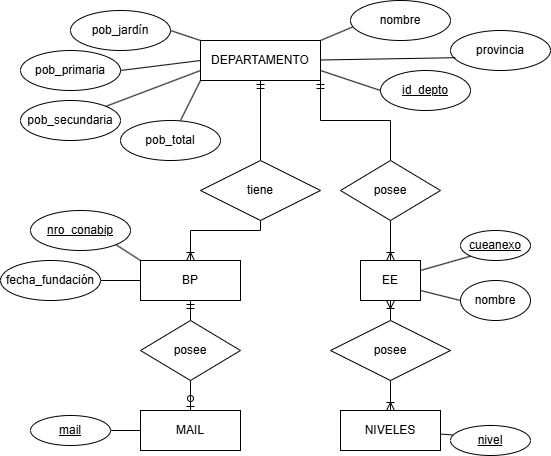
Above: DER-TP_FINAL.drawio.png in alessialima/TP-LABO-DE-DATOS- (draw.io), before the change. Source tidied: cells renumbered, new cells last; positions are measured from the earlier drawing's top-left corner, leaving out a move shared by most shapes. Source of this version:
```xml
<mxGraphModel background="#FFFFFF">
  <root>
    <mxCell id="0" />
    <mxCell id="1" parent="0" />
    <mxCell id="2" value="provincia" style="ellipse;whiteSpace=wrap;html=1;align=center;" parent="1" vertex="1">
      <mxGeometry x="450" y="30" width="100" height="40" as="geometry" />
    </mxCell>
    <mxCell id="3" style="edgeStyle=orthogonalEdgeStyle;rounded=0;jettySize=auto;html=1;exitX=1;exitY=1;exitDx=0;exitDy=0;entryX=0.5;entryY=0;entryDx=0;entryDy=0;endArrow=none;startFill=0;startArrow=ERmandOne;" parent="1" edge="1" source="5" target="25">
      <mxGeometry relative="1" as="geometry" />
    </mxCell>
    <mxCell id="4" style="rounded=0;jettySize=auto;html=1;exitX=0;exitY=0;exitDx=0;exitDy=0;entryX=1;entryY=0.5;entryDx=0;entryDy=0;endArrow=none;startFill=0;" parent="1" edge="1" source="5" target="10">
      <mxGeometry relative="1" as="geometry" />
    </mxCell>
    <mxCell id="5" value="DEPARTAMENTO" style="whiteSpace=wrap;html=1;align=center;" parent="1" vertex="1">
      <mxGeometry x="200" y="40" width="120" height="40" as="geometry" />
    </mxCell>
    <mxCell id="6" value="id_depto" style="ellipse;whiteSpace=wrap;html=1;align=center;fontStyle=4;" parent="1" vertex="1">
      <mxGeometry x="380" y="70" width="90" height="40" as="geometry" />
    </mxCell>
    <mxCell id="7" style="endArrow=none;html=1;rounded=0;entryX=0.048;entryY=0.68;entryDx=0;entryDy=0;entryPerimeter=0;" parent="1" edge="1" target="2">
      <mxGeometry relative="1" as="geometry">
        <mxPoint x="320" y="59.5" as="sourcePoint" />
      </mxGeometry>
    </mxCell>
    <mxCell id="8" value="nombre" style="ellipse;whiteSpace=wrap;html=1;align=center;" parent="1" vertex="1">
      <mxGeometry x="350" width="100" height="40" as="geometry" />
    </mxCell>
    <mxCell id="9" value="pob&lt;span style=&quot;background-color: transparent; color: light-dark(rgb(0, 0, 0), rgb(255, 255, 255));&quot;&gt;_primaria&lt;/span&gt;" style="ellipse;whiteSpace=wrap;html=1;align=center;" parent="1" vertex="1">
      <mxGeometry x="20" y="50" width="100" height="40" as="geometry" />
    </mxCell>
    <mxCell id="10" value="pob_jardín" style="ellipse;whiteSpace=wrap;html=1;align=center;" parent="1" vertex="1">
      <mxGeometry x="70" y="10" width="100" height="40" as="geometry" />
    </mxCell>
    <mxCell id="11" value="pob_secundaria" style="ellipse;whiteSpace=wrap;html=1;align=center;" parent="1" vertex="1">
      <mxGeometry x="20" y="100" width="100" height="40" as="geometry" />
    </mxCell>
    <mxCell id="12" value="pob&lt;span style=&quot;background-color: transparent; color: light-dark(rgb(0, 0, 0), rgb(255, 255, 255));&quot;&gt;_total&lt;/span&gt;" style="ellipse;whiteSpace=wrap;html=1;align=center;" parent="1" vertex="1">
      <mxGeometry x="120" y="120" width="100" height="40" as="geometry" />
    </mxCell>
    <mxCell id="13" style="endArrow=none;html=1;rounded=0;" parent="1" edge="1">
      <mxGeometry relative="1" as="geometry">
        <mxPoint x="180" y="120" as="sourcePoint" />
        <mxPoint x="200" y="80" as="targetPoint" />
      </mxGeometry>
    </mxCell>
    <mxCell id="14" style="endArrow=none;html=1;rounded=0;entryX=1;entryY=0;entryDx=0;entryDy=0;exitX=0;exitY=0.75;exitDx=0;exitDy=0;" parent="1" edge="1" source="5" target="11">
      <mxGeometry relative="1" as="geometry" />
    </mxCell>
    <mxCell id="15" style="endArrow=none;html=1;rounded=0;entryX=0;entryY=0.5;entryDx=0;entryDy=0;" parent="1" edge="1" target="5">
      <mxGeometry relative="1" as="geometry">
        <mxPoint x="120" y="70" as="sourcePoint" />
      </mxGeometry>
    </mxCell>
    <mxCell id="16" style="edgeStyle=orthogonalEdgeStyle;rounded=0;jettySize=auto;html=1;exitX=0.5;exitY=1;exitDx=0;exitDy=0;entryX=0.5;entryY=0;entryDx=0;entryDy=0;endArrow=ERoneToMany;startFill=0;endFill=0;" parent="1" edge="1" source="18" target="20">
      <mxGeometry relative="1" as="geometry">
        <Array as="points">
          <mxPoint x="260" y="230" />
          <mxPoint x="190" y="230" />
        </Array>
      </mxGeometry>
    </mxCell>
    <mxCell id="17" style="edgeStyle=orthogonalEdgeStyle;rounded=0;jettySize=auto;html=1;exitX=0.5;exitY=0;exitDx=0;exitDy=0;entryX=0.5;entryY=1;entryDx=0;entryDy=0;endArrow=ERmandOne;endFill=0;" parent="1" edge="1" source="18" target="5">
      <mxGeometry relative="1" as="geometry" />
    </mxCell>
    <mxCell id="18" value="tiene" style="shape=rhombus;perimeter=rhombusPerimeter;whiteSpace=wrap;html=1;align=center;" parent="1" vertex="1">
      <mxGeometry x="200" y="160" width="120" height="60" as="geometry" />
    </mxCell>
    <mxCell id="19" style="rounded=0;jettySize=auto;html=1;exitX=0;exitY=0.5;exitDx=0;exitDy=0;endArrow=none;startFill=0;" parent="1" edge="1" source="20" target="23">
      <mxGeometry relative="1" as="geometry" />
    </mxCell>
    <mxCell id="20" value="BP" style="whiteSpace=wrap;html=1;align=center;" parent="1" vertex="1">
      <mxGeometry x="140" y="260" width="100" height="40" as="geometry" />
    </mxCell>
    <mxCell id="21" style="rounded=0;jettySize=auto;html=1;exitX=1;exitY=1;exitDx=0;exitDy=0;endArrow=none;startFill=0;entryX=0;entryY=0;entryDx=0;entryDy=0;" parent="1" edge="1" source="22" target="20">
      <mxGeometry relative="1" as="geometry" />
    </mxCell>
    <mxCell id="22" value="nro_conabip" style="ellipse;whiteSpace=wrap;html=1;align=center;fontStyle=4;" parent="1" vertex="1">
      <mxGeometry x="30" y="210" width="100" height="40" as="geometry" />
    </mxCell>
    <mxCell id="23" value="fecha_fundación" style="ellipse;whiteSpace=wrap;html=1;align=center;" parent="1" vertex="1">
      <mxGeometry y="260" width="100" height="40" as="geometry" />
    </mxCell>
    <mxCell id="24" style="edgeStyle=orthogonalEdgeStyle;rounded=0;jettySize=auto;html=1;exitX=0.5;exitY=1;exitDx=0;exitDy=0;entryX=0.5;entryY=0;entryDx=0;entryDy=0;endArrow=ERoneToMany;endFill=0;" parent="1" edge="1" source="25" target="26">
      <mxGeometry relative="1" as="geometry" />
    </mxCell>
    <mxCell id="25" value="posee" style="shape=rhombus;perimeter=rhombusPerimeter;whiteSpace=wrap;html=1;align=center;" parent="1" vertex="1">
      <mxGeometry x="340" y="160" width="100" height="60" as="geometry" />
    </mxCell>
    <mxCell id="26" value="EE" style="whiteSpace=wrap;html=1;align=center;" parent="1" vertex="1">
      <mxGeometry x="360" y="260" width="60" height="40" as="geometry" />
    </mxCell>
    <mxCell id="27" style="rounded=0;jettySize=auto;html=1;exitX=0;exitY=1;exitDx=0;exitDy=0;entryX=1;entryY=0.25;entryDx=0;entryDy=0;endArrow=none;startFill=0;" parent="1" edge="1" source="28" target="26">
      <mxGeometry relative="1" as="geometry" />
    </mxCell>
    <mxCell id="28" value="cueanexo" style="ellipse;whiteSpace=wrap;html=1;align=center;fontStyle=4;" parent="1" vertex="1">
      <mxGeometry x="460" y="230" width="70" height="30" as="geometry" />
    </mxCell>
    <mxCell id="29" value="nombre" style="ellipse;whiteSpace=wrap;html=1;align=center;" parent="1" vertex="1">
      <mxGeometry x="460" y="280" width="70" height="40" as="geometry" />
    </mxCell>
    <mxCell id="30" style="rounded=0;jettySize=auto;html=1;entryX=1;entryY=0.75;entryDx=0;entryDy=0;endArrow=none;startFill=0;exitX=0;exitY=0.5;exitDx=0;exitDy=0;" parent="1" edge="1" source="29" target="26">
      <mxGeometry relative="1" as="geometry" />
    </mxCell>
    <mxCell id="31" value="posee" style="shape=rhombus;perimeter=rhombusPerimeter;whiteSpace=wrap;html=1;align=center;" parent="1" vertex="1">
      <mxGeometry x="330" y="320" width="120" height="60" as="geometry" />
    </mxCell>
    <mxCell id="32" style="edgeStyle=orthogonalEdgeStyle;rounded=0;jettySize=auto;html=1;endArrow=none;startFill=0;startArrow=ERoneToMany;entryX=0.5;entryY=1;entryDx=0;entryDy=0;" parent="1" edge="1" source="36" target="31">
      <mxGeometry relative="1" as="geometry" />
    </mxCell>
    <mxCell id="33" style="edgeStyle=orthogonalEdgeStyle;rounded=0;jettySize=auto;html=1;exitX=0.5;exitY=0;exitDx=0;exitDy=0;endArrow=ERoneToMany;endFill=0;entryX=0.5;entryY=1;entryDx=0;entryDy=0;" parent="1" edge="1" source="31" target="26">
      <mxGeometry relative="1" as="geometry" />
    </mxCell>
    <mxCell id="34" style="rounded=0;jettySize=auto;html=1;exitX=1;exitY=0.5;exitDx=0;exitDy=0;endArrow=none;startFill=0;" parent="1" edge="1" source="35" target="36">
      <mxGeometry relative="1" as="geometry" />
    </mxCell>
    <mxCell id="35" value="&lt;u&gt;nivel&lt;/u&gt;" style="ellipse;whiteSpace=wrap;html=1;align=center;" parent="1" vertex="1">
      <mxGeometry x="450" y="425" width="80" height="30" as="geometry" />
    </mxCell>
    <mxCell id="36" value="NIVELES" style="whiteSpace=wrap;html=1;align=center;" parent="1" vertex="1">
      <mxGeometry x="340" y="410" width="100" height="40" as="geometry" />
    </mxCell>
    <mxCell id="37" style="edgeStyle=orthogonalEdgeStyle;rounded=0;jettySize=auto;html=1;exitX=0.5;exitY=0;exitDx=0;exitDy=0;endArrow=ERmandOne;endFill=0;" parent="1" edge="1" source="39" target="20">
      <mxGeometry relative="1" as="geometry" />
    </mxCell>
    <mxCell id="38" style="edgeStyle=orthogonalEdgeStyle;rounded=0;jettySize=auto;html=1;exitX=0.5;exitY=1;exitDx=0;exitDy=0;endArrow=ERzeroToOne;endFill=0;" parent="1" edge="1" source="39" target="40">
      <mxGeometry relative="1" as="geometry" />
    </mxCell>
    <mxCell id="39" value="posee" style="shape=rhombus;perimeter=rhombusPerimeter;whiteSpace=wrap;html=1;align=center;" parent="1" vertex="1">
      <mxGeometry x="140" y="320" width="100" height="60" as="geometry" />
    </mxCell>
    <mxCell id="40" value="MAIL" style="whiteSpace=wrap;html=1;align=center;" parent="1" vertex="1">
      <mxGeometry x="140" y="410" width="100" height="40" as="geometry" />
    </mxCell>
    <mxCell id="41" style="edgeStyle=orthogonalEdgeStyle;rounded=0;jettySize=auto;html=1;exitX=1;exitY=0.5;exitDx=0;exitDy=0;entryX=0;entryY=0.5;entryDx=0;entryDy=0;endArrow=none;startFill=0;" parent="1" edge="1" source="42" target="40">
      <mxGeometry relative="1" as="geometry" />
    </mxCell>
    <mxCell id="42" value="&lt;u&gt;mail&lt;/u&gt;" style="ellipse;whiteSpace=wrap;html=1;align=center;" parent="1" vertex="1">
      <mxGeometry x="30" y="415" width="80" height="30" as="geometry" />
    </mxCell>
    <mxCell id="43" style="rounded=0;jettySize=auto;html=1;exitX=0;exitY=0.5;exitDx=0;exitDy=0;endArrow=none;startFill=0;" parent="1" edge="1" source="6">
      <mxGeometry relative="1" as="geometry">
        <mxPoint x="320" y="70" as="targetPoint" />
      </mxGeometry>
    </mxCell>
    <mxCell id="44" style="rounded=0;jettySize=auto;html=1;exitX=1;exitY=0;exitDx=0;exitDy=0;entryX=0.02;entryY=0.663;entryDx=0;entryDy=0;entryPerimeter=0;endArrow=none;startFill=0;" parent="1" edge="1" source="5" target="8">
      <mxGeometry relative="1" as="geometry" />
    </mxCell>
    <mxCell id="45" style="edgeStyle=orthogonalEdgeStyle;rounded=0;orthogonalLoop=1;jettySize=auto;html=1;exitX=0.5;exitY=1;exitDx=0;exitDy=0;" parent="1" edge="1" source="29" target="29">
      <mxGeometry relative="1" as="geometry" />
    </mxCell>
  </root>
</mxGraphModel>
```
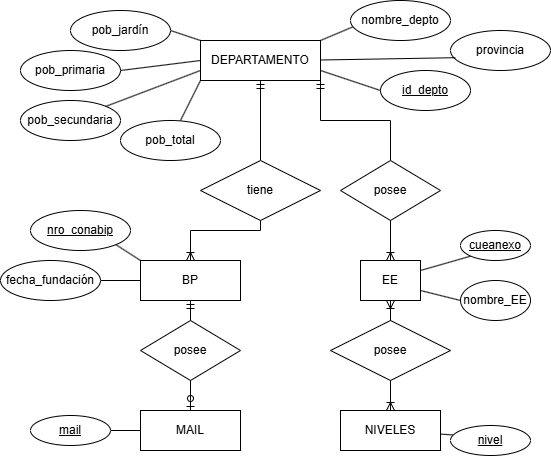
Later version of the same file.

The edit, as a diff of the source:
```diff
@@ -22,7 +22,7 @@
         <mxPoint x="320" y="59.5" as="sourcePoint" />
       </mxGeometry>
     </mxCell>
-    <mxCell id="8" value="nombre" style="ellipse;whiteSpace=wrap;html=1;align=center;" parent="1" vertex="1">
+    <mxCell id="8" value="nombre_depto" style="ellipse;whiteSpace=wrap;html=1;align=center;" parent="1" vertex="1">
       <mxGeometry x="350" width="100" height="40" as="geometry" />
     </mxCell>
     <mxCell id="9" value="pob&lt;span style=&quot;background-color: transparent; color: light-dark(rgb(0, 0, 0), rgb(255, 255, 255));&quot;&gt;_primaria&lt;/span&gt;" style="ellipse;whiteSpace=wrap;html=1;align=center;" parent="1" vertex="1">
@@ -95,7 +95,7 @@
     <mxCell id="28" value="cueanexo" style="ellipse;whiteSpace=wrap;html=1;align=center;fontStyle=4;" parent="1" vertex="1">
       <mxGeometry x="460" y="230" width="70" height="30" as="geometry" />
     </mxCell>
-    <mxCell id="29" value="nombre" style="ellipse;whiteSpace=wrap;html=1;align=center;" parent="1" vertex="1">
+    <mxCell id="29" value="nombre_EE" style="ellipse;whiteSpace=wrap;html=1;align=center;" parent="1" vertex="1">
       <mxGeometry x="460" y="280" width="70" height="40" as="geometry" />
     </mxCell>
     <mxCell id="30" style="rounded=0;jettySize=auto;html=1;entryX=1;entryY=0.75;entryDx=0;entryDy=0;endArrow=none;startFill=0;exitX=0;exitY=0.5;exitDx=0;exitDy=0;" parent="1" edge="1" source="29" target="26">
```
